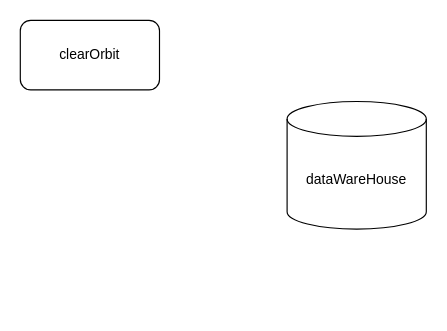
Before: clearOrbit.drawio in divyapn1/sql-queries, a draw.io diagram. Source tidied: cells renumbered, new cells numbered last; positions are measured from the earlier drawing's top-left corner, leaving out a move shared by most shapes. Both pictures are drawn from the tidied source at 116%, with x=0, y=0 at pixel (20, 20).
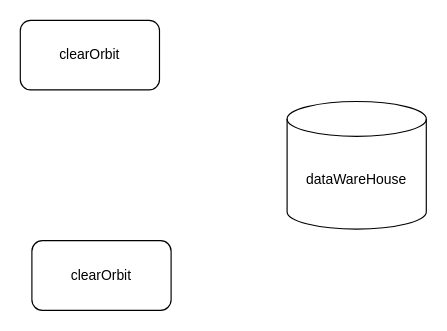
After the change.

Diff of the diagram source:
```diff
@@
 <mxGraphModel>
   <root>
     <mxCell id="0" />
     <mxCell id="1" parent="0" />
     <mxCell id="2" value="clearOrbit" style="rounded=1;whiteSpace=wrap;html=1;" parent="1" vertex="1">
       <mxGeometry width="120" height="60" as="geometry" />
     </mxCell>
     <mxCell id="3" value="dataWareHouse" style="shape=cylinder3;whiteSpace=wrap;html=1;boundedLbl=1;backgroundOutline=1;size=15;" parent="1" vertex="1">
       <mxGeometry x="230" y="70" width="120" height="110" as="geometry" />
     </mxCell>
+    <mxCell id="4" value="clearOrbit" style="rounded=1;whiteSpace=wrap;html=1;" parent="1" vertex="1">
+      <mxGeometry x="10" y="190" width="120" height="60" as="geometry" />
+    </mxCell>
   </root>
 </mxGraphModel>
```
